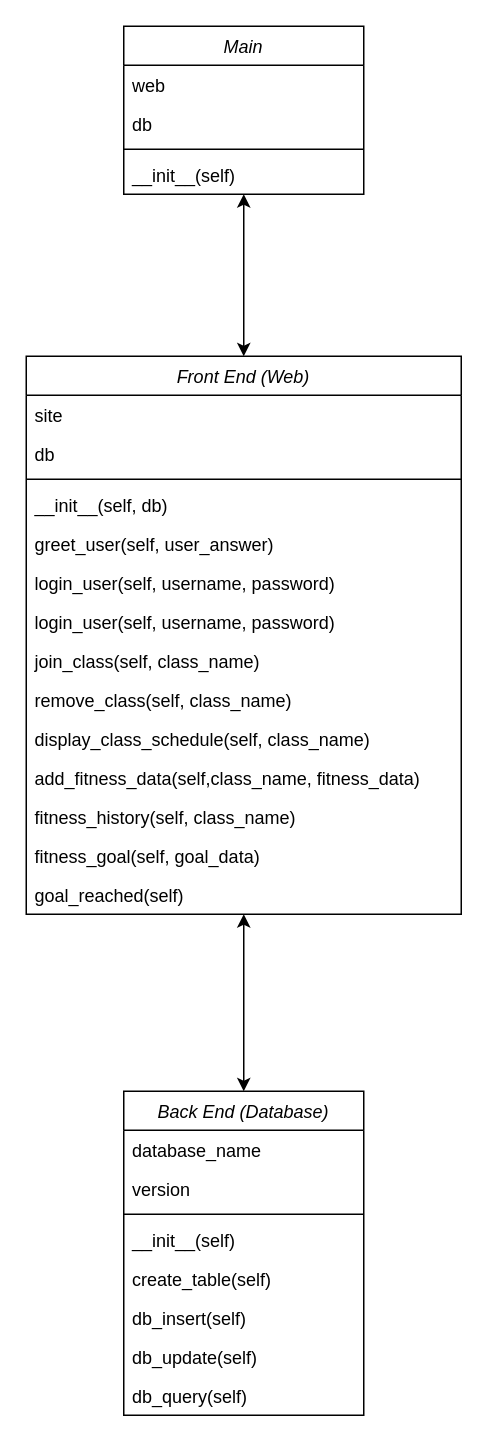
chewyfresh/CMSC-495 keeps this draw.io diagram as Group4-Class_Diagram.drawio. Above is the earlier version. Source tidied: cells renumbered, new cells numbered last; positions are measured from the earlier drawing's top-left corner, leaving out a move shared by most shapes. Both pictures are drawn from the tidied source at 150%, with x=0, y=0 at pixel (26, 26).
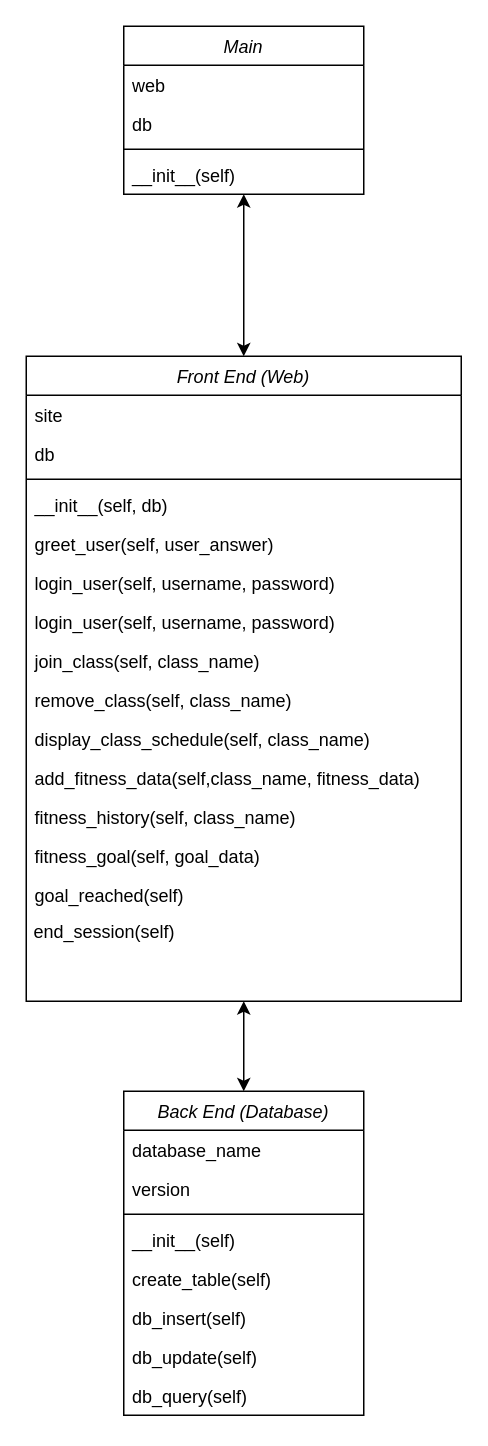
The same diagram, later.

Commit message (it also covers changes not shown here):
Updated drawio image_class_diagram

Updated drawio image_class_diagram

The edit, as a diff of the source:
```diff
@@
     <mxCell id="9" value="Front End (Web)" style="swimlane;fontStyle=2;align=center;verticalAlign=top;horizontal=1;startSize=26;rounded=0;shadow=0;strokeWidth=1;" parent="1" vertex="1">
-      <mxGeometry y="220" width="290" height="372" as="geometry" />
+      <mxGeometry y="220" width="290" height="430" as="geometry" />
     </mxCell>
@@
     <mxCell id="23" value="goal_reached(self)" style="text;align=left;verticalAlign=top;spacingLeft=4;spacingRight=4;overflow=hidden;" parent="9" vertex="1">
-      <mxGeometry y="346" width="290" height="26" as="geometry" />
+      <mxGeometry y="346" width="290" height="24" as="geometry" />
     </mxCell>
+    <mxCell id="33" value="&amp;nbsp;end_session(self)" style="text;html=1;" parent="9" vertex="1">
+      <mxGeometry y="370" width="290" height="20" as="geometry" />
+    </mxCell>
```
